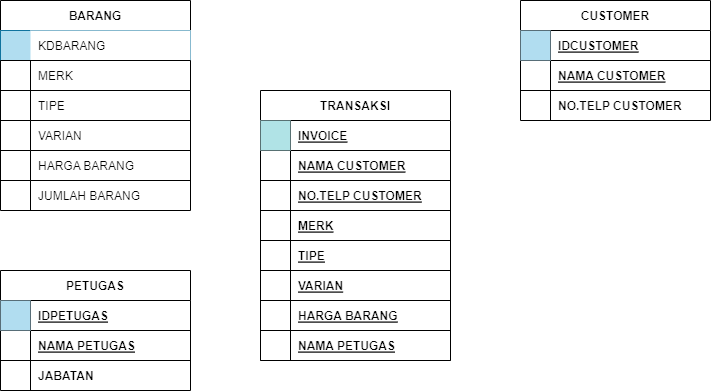
Earlier version of the draw.io export database.drawio.png (MountZ1/PR_PenjualanHandPhone_ArdiSaputraTIP-21.2). Source tidied: cells renumbered, new cells last; positions are measured from the earlier drawing's top-left corner, leaving out a move shared by most shapes.
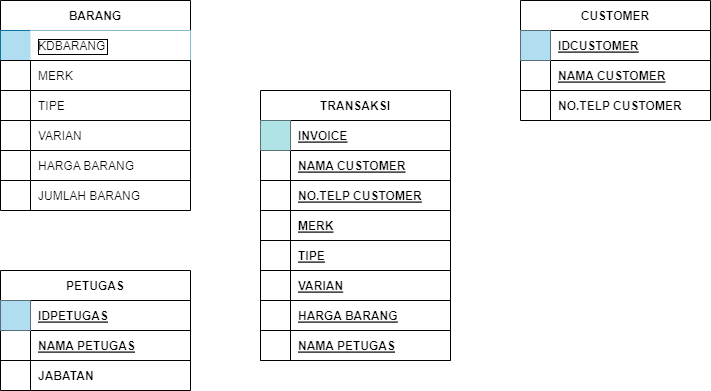
Later version of the same file.

Change to the diagram source:
```diff
@@ -71,7 +71,7 @@
     <mxCell id="24" style="shape=partialRectangle;overflow=hidden;fillColor=none;top=0;left=0;bottom=0;right=0;" parent="23" vertex="1">
       <mxGeometry width="30" height="30" as="geometry" />
     </mxCell>
-    <mxCell id="25" value="KDBARANG" style="shape=partialRectangle;overflow=hidden;top=0;left=0;bottom=0;right=0;align=left;spacingLeft=6;" parent="23" vertex="1">
+    <mxCell id="25" value="KDBARANG" style="shape=partialRectangle;overflow=hidden;top=0;left=0;bottom=0;right=0;align=left;spacingLeft=6;strokeColor=#000000;labelBorderColor=#000000;" parent="23" vertex="1">
       <mxGeometry x="30" width="160" height="30" as="geometry" />
     </mxCell>
     <mxCell id="26" style="shape=partialRectangle;fillColor=none;top=1;left=1;right=1;bottom=1;" parent="22" vertex="1">
```
